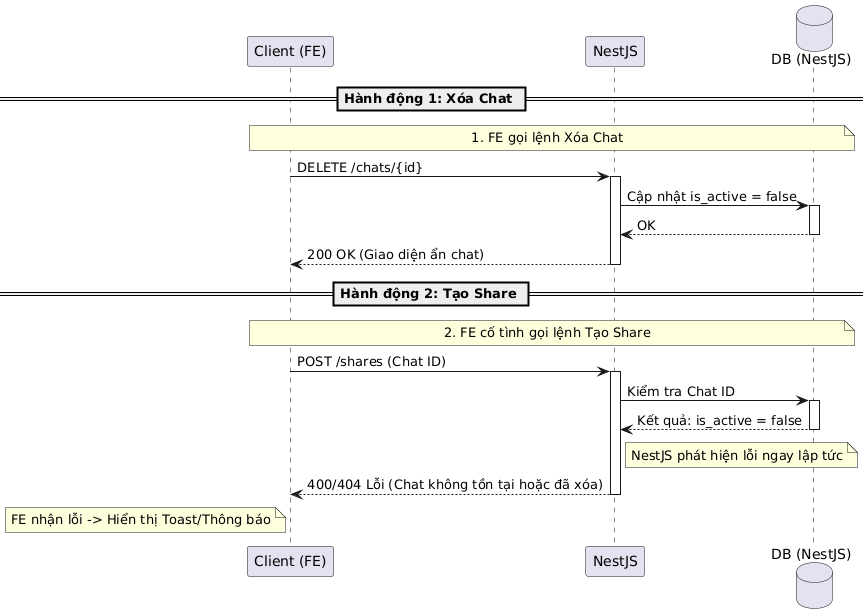
This is latex/pictures/delete-chat-validation-share.png from 20206205Tech/docs-latex, a PlantUML export, as it was before one commit.
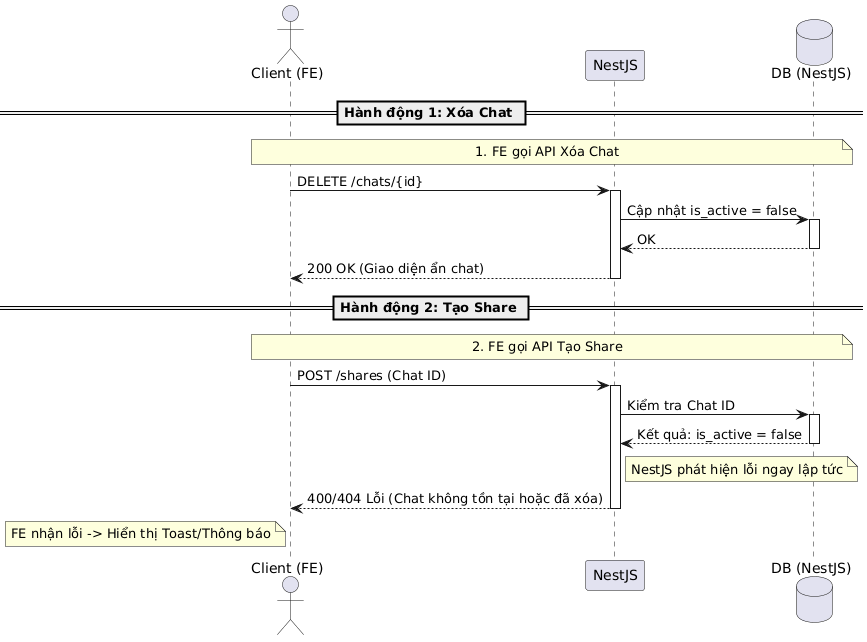
After the change.

Change to the diagram source:
```diff
@@ -1,17 +1,17 @@
 @startuml
-participant "Client (FE)" as Client
+actor "Client (FE)" as Client
 participant "NestJS" as NestJS
 database "DB (NestJS)" as NestDB
 
 == Hành động 1: Xóa Chat ==
-note over Client, NestDB: 1. FE gọi lệnh Xóa Chat
+note over Client, NestDB: 1. FE gọi API Xóa Chat
 Client -> NestJS ++: DELETE /chats/{id}
 NestJS -> NestDB ++: Cập nhật is_active = false
 NestDB --> NestJS --: OK
 NestJS --> Client --: 200 OK (Giao diện ẩn chat)
 
 == Hành động 2: Tạo Share ==
-note over Client, NestDB: 2. FE cố tình gọi lệnh Tạo Share
+note over Client, NestDB: 2. FE gọi API Tạo Share
 Client -> NestJS ++: POST /shares (Chat ID)
 NestJS -> NestDB ++: Kiểm tra Chat ID
 NestDB --> NestJS --: Kết quả: is_active = false
```
